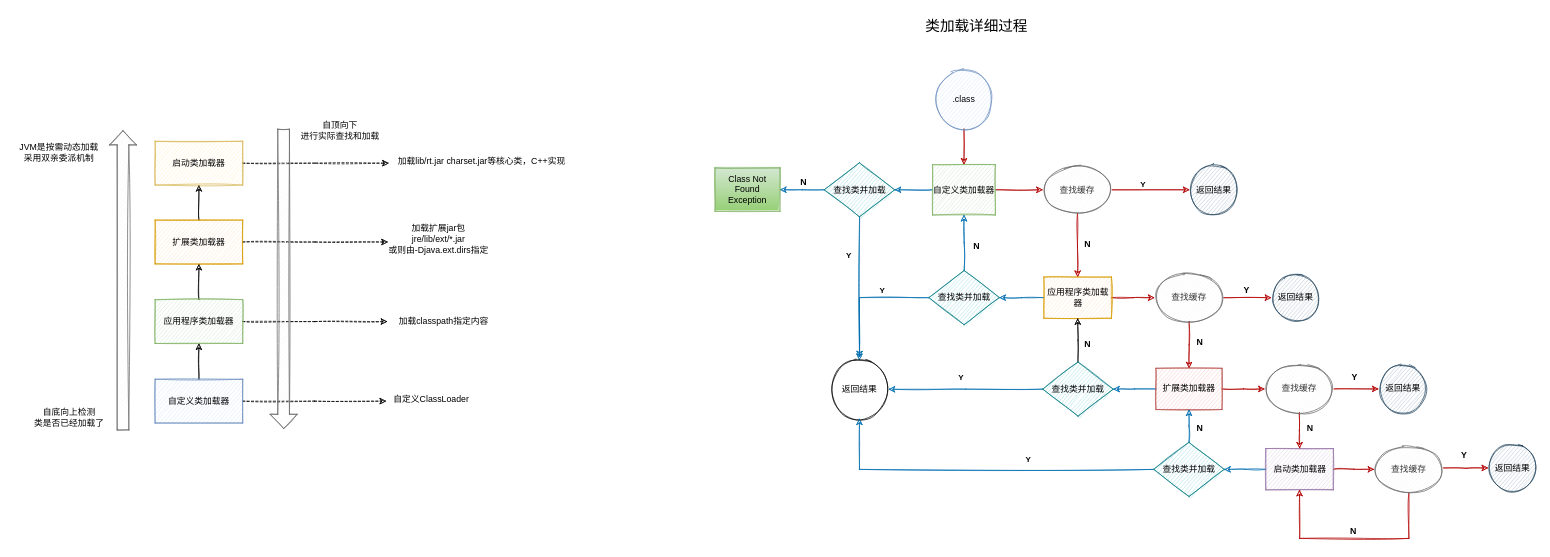
huoranger/draw-notes keeps this draw.io diagram as page "双亲委派" (2 of 2) of 后端/基础/Java虚拟机/02、详解Class加载过程.drawio. Above is the earlier version. Source tidied: cells renumbered, new cells numbered last; positions are measured from the earlier drawing's top-left corner, leaving out a move shared by most shapes. Both pictures are drawn from the tidied source at 73%, with x=0, y=0 at pixel (12, 12).
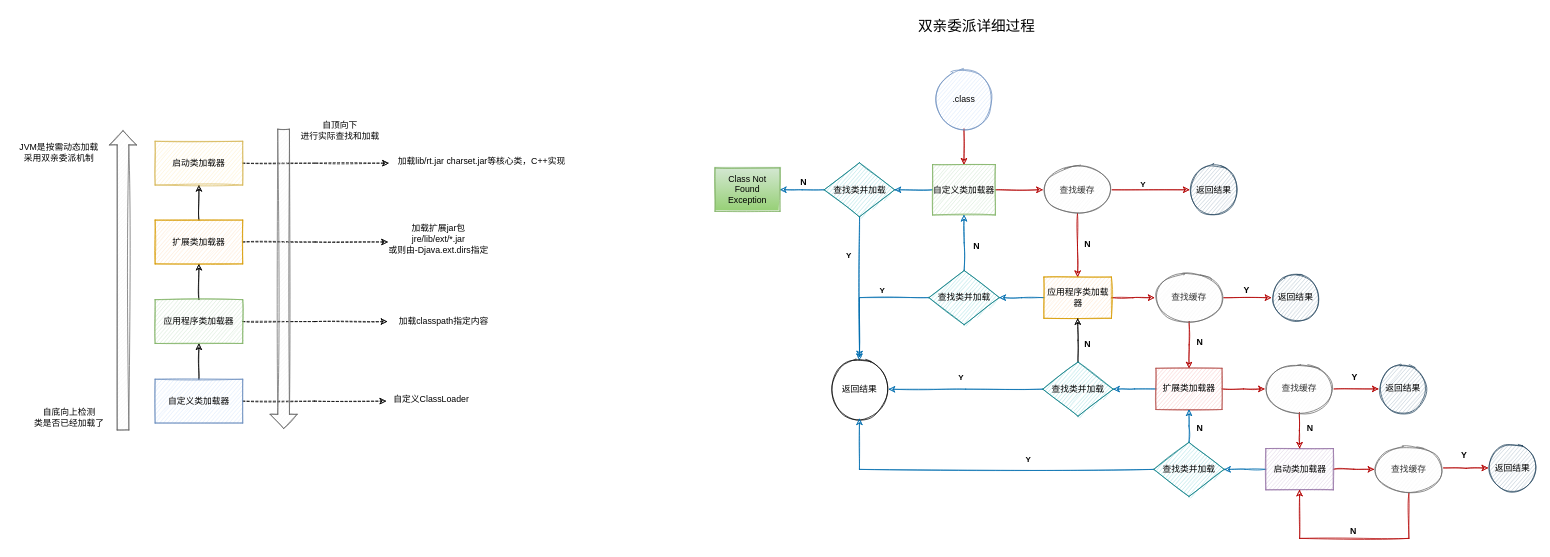
The same diagram, later.

What changed in the source:
```diff
@@
-    <mxCell id="82" value="&lt;font face=&quot;Misans&quot; style=&quot;font-size: 20px;&quot;&gt;类加载详细过程&lt;/font&gt;" style="text;html=1;align=center;verticalAlign=middle;strokeColor=none;fillColor=none;" parent="1" vertex="1">
-      <mxGeometry x="1240.5" width="158" height="36" as="geometry" />
+    <mxCell id="82" value="&lt;font face=&quot;Misans&quot; style=&quot;font-size: 20px;&quot;&gt;双亲委派详细过程&lt;/font&gt;" style="text;html=1;align=center;verticalAlign=middle;strokeColor=none;fillColor=none;" parent="1" vertex="1">
+      <mxGeometry x="1230.5" width="178" height="36" as="geometry" />
     </mxCell>
```
